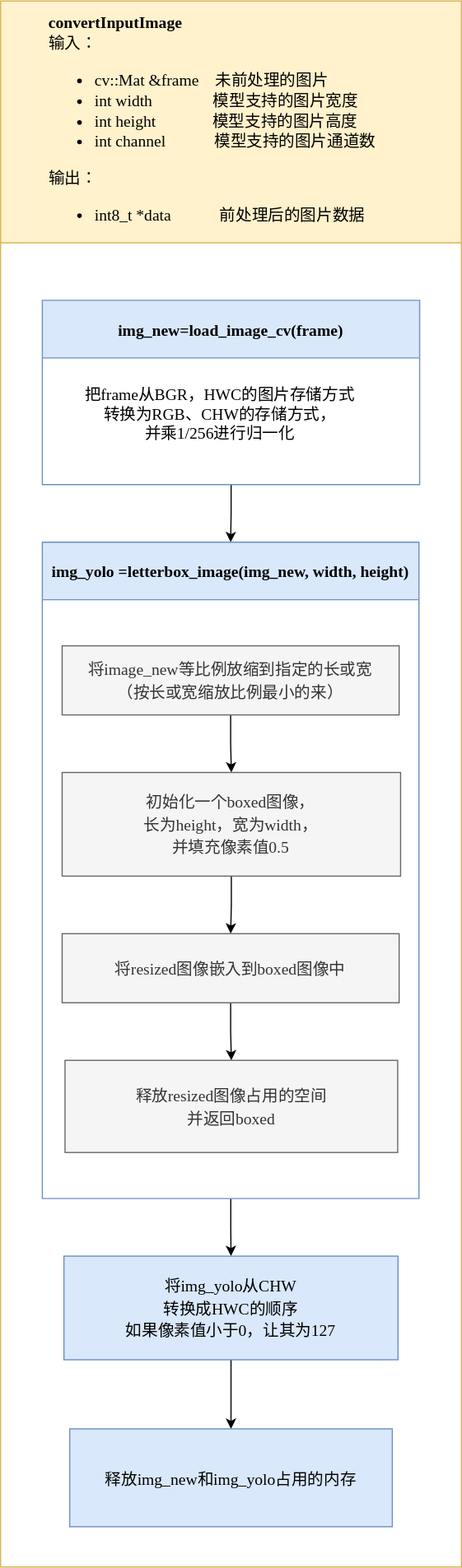
Earlier version of the draw.io export convertInputImage.svg (jerly-hjzhou/flowchart). Source tidied: cells renumbered, new cells last; positions are measured from the earlier drawing's top-left corner, leaving out a move shared by most shapes.
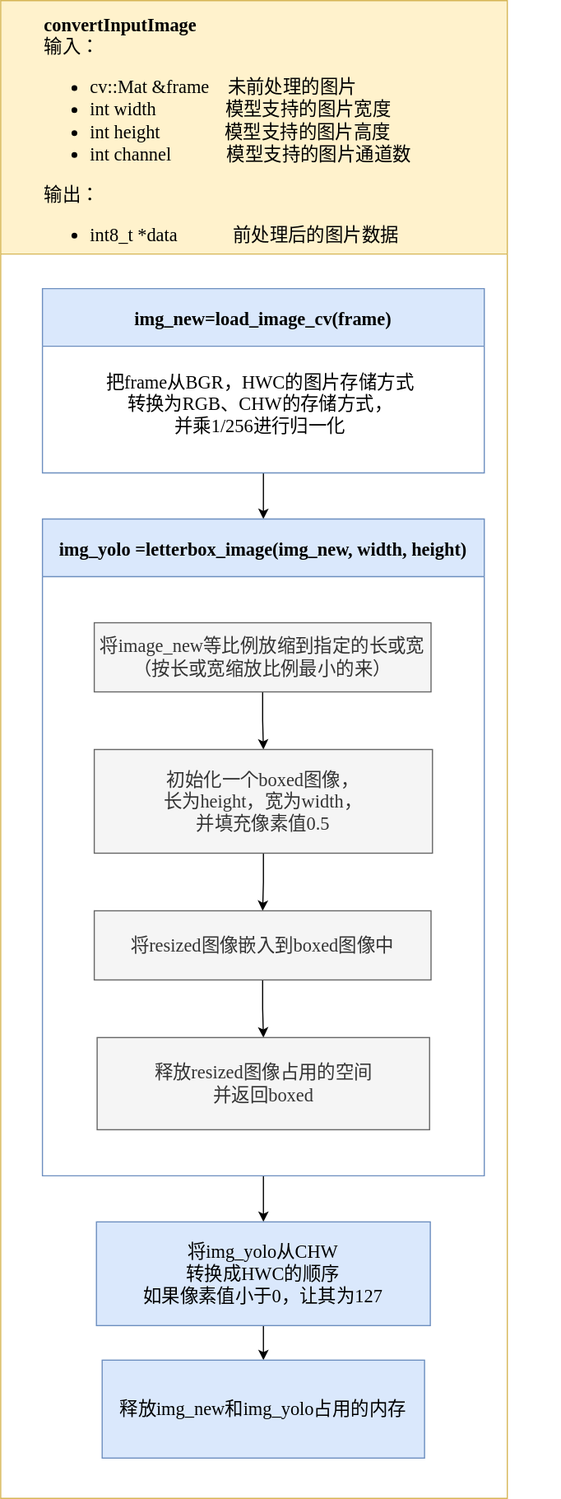
After the change.

The edit, as a diff of the source:
```diff
@@ -2,56 +2,56 @@
   <root>
     <mxCell id="0" />
     <mxCell id="1" parent="0" />
-    <mxCell id="2" style="swimlane;startSize=210;fontFamily=Times New Roman;align=left;verticalAlign=top;labelBackgroundColor=#66FF66;fillColor=#fff2cc;strokeColor=#d6b656;" parent="1" vertex="1">
-      <mxGeometry width="400" height="1360" as="geometry" />
+    <mxCell id="2" style="swimlane;startSize=220;fontFamily=Times New Roman;align=left;verticalAlign=top;labelBackgroundColor=#66FF66;fillColor=#fff2cc;strokeColor=#d6b656;fontSize=16;" parent="1" vertex="1">
+      <mxGeometry width="440" height="1300" as="geometry" />
     </mxCell>
-    <mxCell id="3" style="edgeStyle=orthogonalEdgeStyle;rounded=0;jettySize=auto;html=1;entryX=0.5;entryY=0;entryDx=0;entryDy=0;" parent="2" edge="1" source="4" target="8">
+    <mxCell id="3" style="edgeStyle=orthogonalEdgeStyle;rounded=0;jettySize=auto;html=1;entryX=0.5;entryY=0;entryDx=0;entryDy=0;fontSize=16;" parent="2" edge="1" source="4" target="8">
       <mxGeometry relative="1" as="geometry" />
     </mxCell>
-    <mxCell id="4" value="img_new=load_image_cv(frame)" style="swimlane;fontFamily=Times New Roman;fontSize=14;startSize=50;fillColor=#dae8fc;strokeColor=#6c8ebf;" parent="2" vertex="1">
-      <mxGeometry x="36.2" y="260" width="327.5" height="160" as="geometry" />
+    <mxCell id="4" value="img_new=load_image_cv(frame)" style="swimlane;fontFamily=Times New Roman;fontSize=16;startSize=50;fillColor=#dae8fc;strokeColor=#6c8ebf;" parent="2" vertex="1">
+      <mxGeometry x="36.2" y="250" width="383.8" height="160" as="geometry" />
     </mxCell>
-    <mxCell id="5" value="&lt;font face=&quot;Times New Roman&quot;&gt;&lt;span style=&quot;font-size: 14px;&quot;&gt;把frame从BGR，HWC的图片存储方式&lt;br&gt;转换为RGB、CHW的存储方式，&lt;br&gt;并乘1/256进行归一化&lt;/span&gt;&lt;/font&gt;" style="text;html=1;align=center;verticalAlign=middle;strokeColor=none;fillColor=none;" parent="4" vertex="1">
-      <mxGeometry x="23.8" y="70" width="260" height="60" as="geometry" />
+    <mxCell id="5" value="&lt;font face=&quot;Times New Roman&quot; style=&quot;font-size: 16px;&quot;&gt;&lt;span style=&quot;font-size: 16px;&quot;&gt;把frame从BGR，HWC的图片存储方式&lt;br style=&quot;font-size: 16px;&quot;&gt;转换为RGB、CHW的存储方式，&lt;br style=&quot;font-size: 16px;&quot;&gt;并乘1/256进行归一化&lt;/span&gt;&lt;/font&gt;" style="text;html=1;align=center;verticalAlign=middle;strokeColor=none;fillColor=none;fontSize=16;" parent="4" vertex="1">
+      <mxGeometry x="43.8" y="65" width="290" height="70" as="geometry" />
     </mxCell>
-    <mxCell id="6" value="&lt;div style=&quot;font-size: 14px;&quot;&gt;&lt;font style=&quot;font-size: 14px;&quot; face=&quot;Times New Roman&quot;&gt;&lt;b style=&quot;&quot;&gt;convertInputImage&lt;/b&gt;&lt;/font&gt;&lt;/div&gt;&lt;div style=&quot;font-size: 14px;&quot;&gt;&lt;font style=&quot;font-size: 14px;&quot; face=&quot;Times New Roman&quot;&gt;输入：&lt;/font&gt;&lt;/div&gt;&lt;div style=&quot;font-size: 14px;&quot;&gt;&lt;ul style=&quot;&quot;&gt;&lt;li&gt;&lt;font style=&quot;font-size: 14px;&quot; face=&quot;Times New Roman&quot;&gt;cv::Mat &amp;amp;frame&amp;nbsp; &amp;nbsp; 未前处理的图片&lt;/font&gt;&lt;/li&gt;&lt;li&gt;&lt;font style=&quot;font-size: 14px;&quot; face=&quot;Times New Roman&quot;&gt;int width&amp;nbsp; &amp;nbsp; &amp;nbsp; &amp;nbsp; &amp;nbsp; &amp;nbsp; &amp;nbsp; &amp;nbsp;模型支持的图片宽度&lt;/font&gt;&lt;/li&gt;&lt;li&gt;&lt;font style=&quot;font-size: 14px;&quot;&gt;&lt;font style=&quot;font-size: 14px;&quot; face=&quot;Times New Roman&quot;&gt;int height&amp;nbsp; &amp;nbsp; &amp;nbsp; &amp;nbsp; &amp;nbsp; &amp;nbsp; &amp;nbsp;&amp;nbsp;&lt;/font&gt;模型支持的图片高度&lt;/font&gt;&lt;/li&gt;&lt;li&gt;&lt;font style=&quot;font-size: 14px;&quot;&gt;&lt;font style=&quot;font-size: 14px;&quot; face=&quot;Times New Roman&quot;&gt;int channel&amp;nbsp; &amp;nbsp; &amp;nbsp; &amp;nbsp; &amp;nbsp; &amp;nbsp; &lt;/font&gt;模型支持的图片通道数&lt;/font&gt;&lt;/li&gt;&lt;/ul&gt;&lt;div style=&quot;&quot;&gt;&lt;font style=&quot;font-size: 14px;&quot; face=&quot;Times New Roman&quot;&gt;输出：&lt;/font&gt;&lt;/div&gt;&lt;div style=&quot;&quot;&gt;&lt;ul style=&quot;&quot;&gt;&lt;li style=&quot;&quot;&gt;&lt;font style=&quot;font-size: 14px;&quot; face=&quot;Times New Roman&quot;&gt;int8_t *data&amp;nbsp; &amp;nbsp; &amp;nbsp; &amp;nbsp; &amp;nbsp; &amp;nbsp; 前处理后的图片数据&lt;/font&gt;&lt;/li&gt;&lt;/ul&gt;&lt;/div&gt;&lt;/div&gt;" style="text;html=1;strokeColor=none;fillColor=none;align=left;verticalAlign=middle;whiteSpace=wrap;rounded=0;" parent="2" vertex="1">
-      <mxGeometry x="40" y="20" width="300" height="180" as="geometry" />
+    <mxCell id="6" value="&lt;div style=&quot;font-size: 16px;&quot;&gt;&lt;font style=&quot;font-size: 16px;&quot; face=&quot;Times New Roman&quot;&gt;&lt;b style=&quot;font-size: 16px;&quot;&gt;convertInputImage&lt;/b&gt;&lt;/font&gt;&lt;/div&gt;&lt;div style=&quot;font-size: 16px;&quot;&gt;&lt;font style=&quot;font-size: 16px;&quot; face=&quot;Times New Roman&quot;&gt;输入：&lt;/font&gt;&lt;/div&gt;&lt;div style=&quot;font-size: 16px;&quot;&gt;&lt;ul style=&quot;font-size: 16px;&quot;&gt;&lt;li style=&quot;font-size: 16px;&quot;&gt;&lt;font style=&quot;font-size: 16px;&quot; face=&quot;Times New Roman&quot;&gt;cv::Mat &amp;amp;frame&amp;nbsp; &amp;nbsp; 未前处理的图片&lt;/font&gt;&lt;/li&gt;&lt;li style=&quot;font-size: 16px;&quot;&gt;&lt;font style=&quot;font-size: 16px;&quot; face=&quot;Times New Roman&quot;&gt;int width&amp;nbsp; &amp;nbsp; &amp;nbsp; &amp;nbsp; &amp;nbsp; &amp;nbsp; &amp;nbsp; &amp;nbsp;模型支持的图片宽度&lt;/font&gt;&lt;/li&gt;&lt;li style=&quot;font-size: 16px;&quot;&gt;&lt;font style=&quot;font-size: 16px;&quot;&gt;&lt;font style=&quot;font-size: 16px;&quot; face=&quot;Times New Roman&quot;&gt;int height&amp;nbsp; &amp;nbsp; &amp;nbsp; &amp;nbsp; &amp;nbsp; &amp;nbsp; &amp;nbsp;&amp;nbsp;&lt;/font&gt;模型支持的图片高度&lt;/font&gt;&lt;/li&gt;&lt;li style=&quot;font-size: 16px;&quot;&gt;&lt;font style=&quot;font-size: 16px;&quot;&gt;&lt;font style=&quot;font-size: 16px;&quot; face=&quot;Times New Roman&quot;&gt;int channel&amp;nbsp; &amp;nbsp; &amp;nbsp; &amp;nbsp; &amp;nbsp; &amp;nbsp; &lt;/font&gt;模型支持的图片通道数&lt;/font&gt;&lt;/li&gt;&lt;/ul&gt;&lt;div style=&quot;font-size: 16px;&quot;&gt;&lt;font style=&quot;font-size: 16px;&quot; face=&quot;Times New Roman&quot;&gt;输出：&lt;/font&gt;&lt;/div&gt;&lt;div style=&quot;font-size: 16px;&quot;&gt;&lt;ul style=&quot;font-size: 16px;&quot;&gt;&lt;li style=&quot;font-size: 16px;&quot;&gt;&lt;font style=&quot;font-size: 16px;&quot; face=&quot;Times New Roman&quot;&gt;int8_t *data&amp;nbsp; &amp;nbsp; &amp;nbsp; &amp;nbsp; &amp;nbsp; &amp;nbsp; 前处理后的图片数据&lt;/font&gt;&lt;/li&gt;&lt;/ul&gt;&lt;/div&gt;&lt;/div&gt;" style="text;html=1;strokeColor=none;fillColor=none;align=left;verticalAlign=middle;whiteSpace=wrap;rounded=0;fontSize=16;" parent="2" vertex="1">
+      <mxGeometry x="36.2" y="30" width="450" height="180" as="geometry" />
     </mxCell>
-    <mxCell id="7" style="edgeStyle=orthogonalEdgeStyle;rounded=0;jettySize=auto;html=1;" parent="2" edge="1" source="8" target="17">
+    <mxCell id="7" style="edgeStyle=orthogonalEdgeStyle;rounded=0;jettySize=auto;html=1;fontSize=16;" parent="2" edge="1" source="8" target="17">
       <mxGeometry relative="1" as="geometry" />
     </mxCell>
-    <mxCell id="8" value="img_yolo =letterbox_image(img_new, width, height)" style="swimlane;fontFamily=Times New Roman;fontSize=14;startSize=50;fillColor=#dae8fc;strokeColor=#6c8ebf;" parent="2" vertex="1">
-      <mxGeometry x="36.2" y="470" width="326.9" height="570" as="geometry" />
+    <mxCell id="8" value="img_yolo =letterbox_image(img_new, width, height)" style="swimlane;fontFamily=Times New Roman;fontSize=16;startSize=50;fillColor=#dae8fc;strokeColor=#6c8ebf;" parent="2" vertex="1">
+      <mxGeometry x="36.2" y="450" width="383.8" height="570" as="geometry" />
     </mxCell>
-    <mxCell id="9" style="edgeStyle=orthogonalEdgeStyle;rounded=0;jettySize=auto;html=1;" parent="8" edge="1" source="10" target="12">
+    <mxCell id="9" style="edgeStyle=orthogonalEdgeStyle;rounded=0;jettySize=auto;html=1;fontSize=16;" parent="8" edge="1" source="10" target="12">
       <mxGeometry relative="1" as="geometry" />
     </mxCell>
-    <mxCell id="10" value="&lt;font style=&quot;font-size: 14px;&quot;&gt;&lt;span style=&quot;font-weight: normal;&quot;&gt;将image_new等比例放缩到指定的长或宽&lt;br&gt;（按长或宽缩放比例最小的来）&lt;/span&gt;&lt;br&gt;&lt;/font&gt;" style="whiteSpace=wrap;html=1;fontSize=16;fontFamily=Times New Roman;fillColor=#f5f5f5;strokeColor=#666666;fontStyle=1;startSize=50;fontColor=#333333;" parent="8" vertex="1">
-      <mxGeometry x="17.2" y="90" width="292.5" height="60" as="geometry" />
+    <mxCell id="10" value="&lt;font style=&quot;font-size: 16px;&quot;&gt;&lt;span style=&quot;font-weight: normal; font-size: 16px;&quot;&gt;将image_new等比例放缩到指定的长或宽&lt;br style=&quot;font-size: 16px;&quot;&gt;（按长或宽缩放比例最小的来）&lt;/span&gt;&lt;br style=&quot;font-size: 16px;&quot;&gt;&lt;/font&gt;" style="whiteSpace=wrap;html=1;fontSize=16;fontFamily=Times New Roman;fillColor=#f5f5f5;strokeColor=#666666;fontStyle=1;startSize=50;fontColor=#333333;" parent="8" vertex="1">
+      <mxGeometry x="45" y="90" width="292.5" height="60" as="geometry" />
     </mxCell>
-    <mxCell id="11" style="edgeStyle=orthogonalEdgeStyle;rounded=0;jettySize=auto;html=1;" parent="8" edge="1" source="12" target="14">
+    <mxCell id="11" style="edgeStyle=orthogonalEdgeStyle;rounded=0;jettySize=auto;html=1;fontSize=16;" parent="8" edge="1" source="12" target="14">
       <mxGeometry relative="1" as="geometry" />
     </mxCell>
-    <mxCell id="12" value="&lt;font style=&quot;font-size: 14px; font-weight: normal;&quot;&gt;初始化一个boxed图像，&lt;br&gt;长为height，宽为width，&lt;br&gt;并填充像素值0.5&lt;/font&gt;" style="whiteSpace=wrap;html=1;fontSize=16;fontFamily=Times New Roman;fillColor=#f5f5f5;strokeColor=#666666;fontStyle=1;startSize=50;fontColor=#333333;" parent="8" vertex="1">
-      <mxGeometry x="17.2" y="200" width="293.8" height="90" as="geometry" />
+    <mxCell id="12" value="&lt;font style=&quot;font-size: 16px; font-weight: normal;&quot;&gt;初始化一个boxed图像，&lt;br style=&quot;font-size: 16px;&quot;&gt;长为height，宽为width，&lt;br style=&quot;font-size: 16px;&quot;&gt;并填充像素值0.5&lt;/font&gt;" style="whiteSpace=wrap;html=1;fontSize=16;fontFamily=Times New Roman;fillColor=#f5f5f5;strokeColor=#666666;fontStyle=1;startSize=50;fontColor=#333333;" parent="8" vertex="1">
+      <mxGeometry x="45" y="200" width="293.8" height="90" as="geometry" />
     </mxCell>
-    <mxCell id="13" style="edgeStyle=orthogonalEdgeStyle;rounded=0;jettySize=auto;html=1;" parent="8" edge="1" source="14" target="15">
+    <mxCell id="13" style="edgeStyle=orthogonalEdgeStyle;rounded=0;jettySize=auto;html=1;fontSize=16;" parent="8" edge="1" source="14" target="15">
       <mxGeometry relative="1" as="geometry" />
     </mxCell>
-    <mxCell id="14" value="&lt;font style=&quot;font-size: 14px; font-weight: normal;&quot;&gt;将resized图像嵌入到boxed图像中&lt;/font&gt;" style="whiteSpace=wrap;html=1;fontSize=16;fontFamily=Times New Roman;fillColor=#f5f5f5;strokeColor=#666666;fontStyle=1;startSize=50;fontColor=#333333;" parent="8" vertex="1">
-      <mxGeometry x="17.2" y="340" width="292.5" height="60" as="geometry" />
+    <mxCell id="14" value="&lt;font style=&quot;font-size: 16px; font-weight: normal;&quot;&gt;将resized图像嵌入到boxed图像中&lt;/font&gt;" style="whiteSpace=wrap;html=1;fontSize=16;fontFamily=Times New Roman;fillColor=#f5f5f5;strokeColor=#666666;fontStyle=1;startSize=50;fontColor=#333333;" parent="8" vertex="1">
+      <mxGeometry x="45" y="340" width="292.5" height="60" as="geometry" />
     </mxCell>
-    <mxCell id="15" value="&lt;font style=&quot;font-size: 14px; font-weight: normal;&quot;&gt;释放resized图像占用的空间&lt;br&gt;并返回boxed&lt;/font&gt;" style="whiteSpace=wrap;html=1;fontSize=16;fontFamily=Times New Roman;fillColor=#f5f5f5;strokeColor=#666666;fontStyle=1;startSize=50;fontColor=#333333;" parent="8" vertex="1">
-      <mxGeometry x="19.7" y="450" width="288.7" height="80" as="geometry" />
+    <mxCell id="15" value="&lt;font style=&quot;font-size: 16px; font-weight: normal;&quot;&gt;释放resized图像占用的空间&lt;br style=&quot;font-size: 16px;&quot;&gt;并返回boxed&lt;/font&gt;" style="whiteSpace=wrap;html=1;fontSize=16;fontFamily=Times New Roman;fillColor=#f5f5f5;strokeColor=#666666;fontStyle=1;startSize=50;fontColor=#333333;" parent="8" vertex="1">
+      <mxGeometry x="47.5" y="450" width="288.7" height="80" as="geometry" />
     </mxCell>
-    <mxCell id="16" style="edgeStyle=orthogonalEdgeStyle;rounded=0;jettySize=auto;html=1;" parent="2" edge="1" source="17" target="18">
+    <mxCell id="16" style="edgeStyle=orthogonalEdgeStyle;rounded=0;jettySize=auto;html=1;fontSize=16;" parent="2" edge="1" source="17" target="18">
       <mxGeometry relative="1" as="geometry" />
     </mxCell>
-    <mxCell id="17" value="&lt;font style=&quot;font-size: 14px; font-weight: normal;&quot;&gt;将img_yolo从CHW&lt;br&gt;转换成HWC的顺序&lt;br&gt;如果像素值小于0，让其为127&lt;/font&gt;" style="whiteSpace=wrap;html=1;fontSize=16;fontFamily=Times New Roman;fillColor=#dae8fc;strokeColor=#6c8ebf;fontStyle=1;startSize=50;" parent="2" vertex="1">
-      <mxGeometry x="55" y="1090" width="290" height="90" as="geometry" />
+    <mxCell id="17" value="&lt;font style=&quot;font-size: 16px; font-weight: normal;&quot;&gt;将img_yolo从CHW&lt;br style=&quot;font-size: 16px;&quot;&gt;转换成HWC的顺序&lt;br style=&quot;font-size: 16px;&quot;&gt;如果像素值小于0，让其为127&lt;/font&gt;" style="whiteSpace=wrap;html=1;fontSize=16;fontFamily=Times New Roman;fillColor=#dae8fc;strokeColor=#6c8ebf;fontStyle=1;startSize=50;" parent="2" vertex="1">
+      <mxGeometry x="83.1" y="1060" width="290" height="90" as="geometry" />
     </mxCell>
-    <mxCell id="18" value="&lt;font style=&quot;font-size: 14px; font-weight: normal;&quot;&gt;释放img_new和img_yolo占用的内存&lt;/font&gt;" style="whiteSpace=wrap;html=1;fontSize=16;fontFamily=Times New Roman;fillColor=#dae8fc;strokeColor=#6c8ebf;fontStyle=1;startSize=50;" parent="2" vertex="1">
-      <mxGeometry x="60" y="1240" width="280" height="85" as="geometry" />
+    <mxCell id="18" value="&lt;font style=&quot;font-size: 16px; font-weight: normal;&quot;&gt;释放img_new和img_yolo占用的内存&lt;/font&gt;" style="whiteSpace=wrap;html=1;fontSize=16;fontFamily=Times New Roman;fillColor=#dae8fc;strokeColor=#6c8ebf;fontStyle=1;startSize=50;" parent="2" vertex="1">
+      <mxGeometry x="88.1" y="1180" width="280" height="85" as="geometry" />
     </mxCell>
   </root>
 </mxGraphModel>
```
